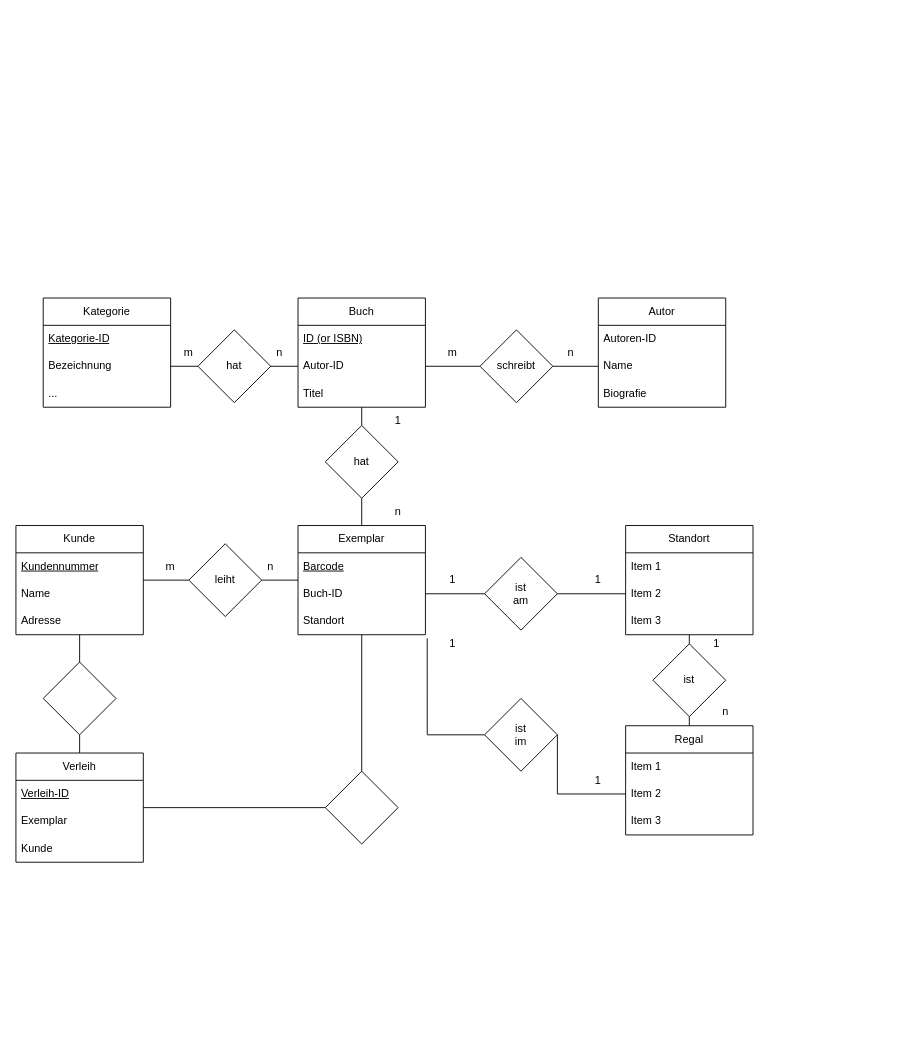
Earlier version of the draw.io diagram Bibliothek.drawio (McLutzifer/WIFI_SW-Engineering). Source tidied: cells renumbered, new cells numbered last; positions are measured from the earlier drawing's top-left corner, leaving out a move shared by most shapes. Both pictures are drawn from the tidied source at 91%, with x=0, y=0 at pixel (15, 298).
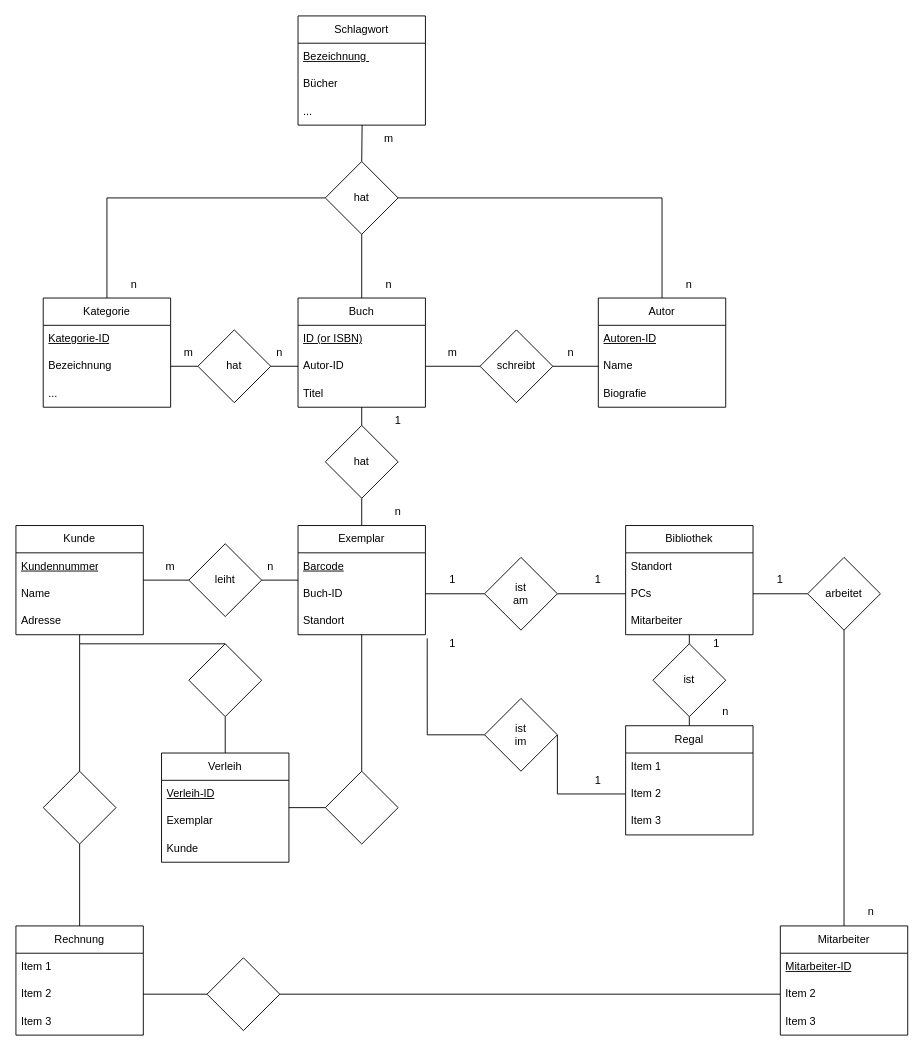
Above is the later version.

The change refers to these unchanged cells:
```xml
<mxCell id="2" value="Kunde" style="swimlane;fontStyle=0;horizontal=1;startSize=30;whiteSpace=wrap;html=1;" parent="1" vertex="1">
  <mxGeometry y="250" width="140" height="120" as="geometry" />
</mxCell>
<mxCell id="6" value="Buch" style="swimlane;fontStyle=0;horizontal=1;startSize=30;whiteSpace=wrap;html=1;" parent="1" vertex="1">
  <mxGeometry x="310" width="140" height="120" as="geometry" />
</mxCell>
<mxCell id="28" value="Kategorie" style="swimlane;fontStyle=0;horizontal=1;startSize=30;whiteSpace=wrap;html=1;" parent="1" vertex="1">
  <mxGeometry x="30" width="140" height="120" as="geometry" />
</mxCell>
<mxCell id="45" value="Autor" style="swimlane;fontStyle=0;horizontal=1;startSize=30;whiteSpace=wrap;html=1;" parent="1" vertex="1">
  <mxGeometry x="640" width="140" height="120" as="geometry" />
</mxCell>
```

Diff of the diagram source:
```diff
@@
     <mxCell id="37" value="Verleih" style="swimlane;fontStyle=0;horizontal=1;startSize=30;whiteSpace=wrap;html=1;" parent="1" vertex="1">
-      <mxGeometry y="500" width="140" height="120" as="geometry" />
+      <mxGeometry x="160" y="500" width="140" height="120" as="geometry" />
     </mxCell>
@@
-    <mxCell id="41" value="Standort" style="swimlane;fontStyle=0;horizontal=1;startSize=30;whiteSpace=wrap;html=1;" parent="1" vertex="1">
+    <mxCell id="41" value="Bibliothek" style="swimlane;fontStyle=0;horizontal=1;startSize=30;whiteSpace=wrap;html=1;" parent="1" vertex="1">
       <mxGeometry x="670" y="250" width="140" height="120" as="geometry" />
     </mxCell>
-    <mxCell id="42" value="Item 1" style="text;strokeColor=none;fillColor=none;align=left;verticalAlign=middle;spacingLeft=4;spacingRight=4;overflow=hidden;whiteSpace=wrap;html=1;" parent="41" vertex="1">
+    <mxCell id="42" value="Standort" style="text;strokeColor=none;fillColor=none;align=left;verticalAlign=middle;spacingLeft=4;spacingRight=4;overflow=hidden;whiteSpace=wrap;html=1;" parent="41" vertex="1">
       <mxGeometry y="30" width="140" height="30" as="geometry" />
     </mxCell>
-    <mxCell id="43" value="Item 2" style="text;strokeColor=none;fillColor=none;align=left;verticalAlign=middle;spacingLeft=4;spacingRight=4;overflow=hidden;points=[[0,0.5],[1,0.5]];portConstraint=eastwest;whiteSpace=wrap;html=1;" parent="41" vertex="1">
+    <mxCell id="43" value="PCs" style="text;strokeColor=none;fillColor=none;align=left;verticalAlign=middle;spacingLeft=4;spacingRight=4;overflow=hidden;points=[[0,0.5],[1,0.5]];portConstraint=eastwest;whiteSpace=wrap;html=1;" parent="41" vertex="1">
       <mxGeometry y="60" width="140" height="30" as="geometry" />
     </mxCell>
-    <mxCell id="44" value="Item 3" style="text;strokeColor=none;fillColor=none;align=left;verticalAlign=middle;spacingLeft=4;spacingRight=4;overflow=hidden;whiteSpace=wrap;html=1;" parent="41" vertex="1">
+    <mxCell id="44" value="Mitarbeiter" style="text;strokeColor=none;fillColor=none;align=left;verticalAlign=middle;spacingLeft=4;spacingRight=4;overflow=hidden;whiteSpace=wrap;html=1;" parent="41" vertex="1">
       <mxGeometry y="90" width="140" height="30" as="geometry" />
     </mxCell>
@@
-    <mxCell id="46" value="Autoren-ID" style="text;strokeColor=none;fillColor=none;align=left;verticalAlign=middle;spacingLeft=4;spacingRight=4;overflow=hidden;whiteSpace=wrap;html=1;" parent="45" vertex="1">
+    <mxCell id="46" value="&lt;u&gt;Autoren-ID&lt;/u&gt;" style="text;strokeColor=none;fillColor=none;align=left;verticalAlign=middle;spacingLeft=4;spacingRight=4;overflow=hidden;whiteSpace=wrap;html=1;" parent="45" vertex="1">
       <mxGeometry y="30" width="140" height="30" as="geometry" />
     </mxCell>
@@
     <mxCell id="50" style="rhombus;whiteSpace=wrap;html=1;" parent="1" vertex="1">
-      <mxGeometry x="30" y="400" width="80" height="80" as="geometry" />
+      <mxGeometry x="190" y="380" width="80" height="80" as="geometry" />
     </mxCell>
@@
     <mxCell id="55" style="endArrow=none;html=1;rounded=0;exitX=0.5;exitY=0;exitDx=0;exitDy=0;entryX=0.5;entryY=1;entryDx=0;entryDy=0;" parent="1" edge="1" source="50" target="2">
-      <mxGeometry relative="1" as="geometry" />
+      <mxGeometry relative="1" as="geometry">
+        <Array as="points">
+          <mxPoint x="70" y="380" />
+        </Array>
+      </mxGeometry>
     </mxCell>
@@
+    <mxCell id="75" value="Mitarbeiter" style="swimlane;fontStyle=0;horizontal=1;startSize=30;whiteSpace=wrap;html=1;" parent="1" vertex="1">
+      <mxGeometry x="840" y="690" width="140" height="120" as="geometry" />
+    </mxCell>
+    <mxCell id="76" value="&lt;u&gt;Mitarbeiter-ID&lt;/u&gt;" style="text;strokeColor=none;fillColor=none;align=left;verticalAlign=middle;spacingLeft=4;spacingRight=4;overflow=hidden;whiteSpace=wrap;html=1;" parent="75" vertex="1">
+      <mxGeometry y="30" width="140" height="30" as="geometry" />
+    </mxCell>
+    <mxCell id="77" value="Item 2" style="text;strokeColor=none;fillColor=none;align=left;verticalAlign=middle;spacingLeft=4;spacingRight=4;overflow=hidden;points=[[0,0.5],[1,0.5]];portConstraint=eastwest;whiteSpace=wrap;html=1;" parent="75" vertex="1">
+      <mxGeometry y="60" width="140" height="30" as="geometry" />
+    </mxCell>
+    <mxCell id="78" value="Item 3" style="text;strokeColor=none;fillColor=none;align=left;verticalAlign=middle;spacingLeft=4;spacingRight=4;overflow=hidden;whiteSpace=wrap;html=1;" parent="75" vertex="1">
+      <mxGeometry y="90" width="140" height="30" as="geometry" />
+    </mxCell>
+    <mxCell id="79" value="Rechnung" style="swimlane;fontStyle=0;horizontal=1;startSize=30;whiteSpace=wrap;html=1;" parent="1" vertex="1">
+      <mxGeometry y="690" width="140" height="120" as="geometry" />
+    </mxCell>
+    <mxCell id="80" value="Item 1" style="text;strokeColor=none;fillColor=none;align=left;verticalAlign=middle;spacingLeft=4;spacingRight=4;overflow=hidden;whiteSpace=wrap;html=1;" parent="79" vertex="1">
+      <mxGeometry y="30" width="140" height="30" as="geometry" />
+    </mxCell>
+    <mxCell id="81" value="Item 2" style="text;strokeColor=none;fillColor=none;align=left;verticalAlign=middle;spacingLeft=4;spacingRight=4;overflow=hidden;points=[[0,0.5],[1,0.5]];portConstraint=eastwest;whiteSpace=wrap;html=1;" parent="79" vertex="1">
+      <mxGeometry y="60" width="140" height="30" as="geometry" />
+    </mxCell>
+    <mxCell id="82" value="Item 3" style="text;strokeColor=none;fillColor=none;align=left;verticalAlign=middle;spacingLeft=4;spacingRight=4;overflow=hidden;whiteSpace=wrap;html=1;" parent="79" vertex="1">
+      <mxGeometry y="90" width="140" height="30" as="geometry" />
+    </mxCell>
+    <mxCell id="83" style="rhombus;whiteSpace=wrap;html=1;" parent="1" vertex="1">
+      <mxGeometry x="30" y="520" width="80" height="80" as="geometry" />
+    </mxCell>
+    <mxCell id="84" style="rhombus;whiteSpace=wrap;html=1;" parent="1" vertex="1">
+      <mxGeometry x="210" y="725" width="80" height="80" as="geometry" />
+    </mxCell>
+    <mxCell id="85" value="arbeitet" style="rhombus;whiteSpace=wrap;html=1;" parent="1" vertex="1">
+      <mxGeometry x="870" y="285" width="80" height="80" as="geometry" />
+    </mxCell>
+    <mxCell id="86" style="endArrow=none;html=1;rounded=0;entryX=0.5;entryY=1;entryDx=0;entryDy=0;exitX=0.5;exitY=0;exitDx=0;exitDy=0;" parent="1" edge="1" source="75" target="85">
+      <mxGeometry relative="1" as="geometry" />
+    </mxCell>
+    <mxCell id="87" style="endArrow=none;html=1;rounded=0;entryX=0;entryY=0.5;entryDx=0;entryDy=0;exitX=1;exitY=0.5;exitDx=0;exitDy=0;" parent="1" edge="1" source="43" target="85">
+      <mxGeometry relative="1" as="geometry" />
+    </mxCell>
+    <mxCell id="88" style="endArrow=none;html=1;rounded=0;exitX=1;exitY=0.5;exitDx=0;exitDy=0;entryX=0;entryY=0.5;entryDx=0;entryDy=0;" parent="1" edge="1" source="84" target="77">
+      <mxGeometry relative="1" as="geometry" />
+    </mxCell>
+    <mxCell id="89" style="endArrow=none;html=1;rounded=0;entryX=0;entryY=0.5;entryDx=0;entryDy=0;exitX=1;exitY=0.5;exitDx=0;exitDy=0;" parent="1" edge="1" source="81" target="84">
+      <mxGeometry relative="1" as="geometry" />
+    </mxCell>
+    <mxCell id="90" style="endArrow=none;html=1;rounded=0;entryX=0.5;entryY=1;entryDx=0;entryDy=0;exitX=0.5;exitY=0;exitDx=0;exitDy=0;" parent="1" edge="1" source="79" target="83">
+      <mxGeometry relative="1" as="geometry" />
+    </mxCell>
+    <mxCell id="91" style="endArrow=none;html=1;rounded=0;exitX=0.5;exitY=0;exitDx=0;exitDy=0;" parent="1" edge="1" source="83">
+      <mxGeometry relative="1" as="geometry">
+        <mxPoint x="70" y="380" as="targetPoint" />
+      </mxGeometry>
+    </mxCell>
+    <mxCell id="92" value="hat" style="rhombus;whiteSpace=wrap;html=1;" parent="1" vertex="1">
+      <mxGeometry x="340" y="-150" width="80" height="80" as="geometry" />
+    </mxCell>
+    <mxCell id="93" value="Schlagwort" style="swimlane;fontStyle=0;horizontal=1;startSize=30;whiteSpace=wrap;html=1;" parent="1" vertex="1">
+      <mxGeometry x="310" y="-310" width="140" height="120" as="geometry" />
+    </mxCell>
+    <mxCell id="94" value="&lt;u&gt;Bezeichnung&lt;span style=&quot;white-space: pre;&quot;&gt; &lt;/span&gt;&lt;/u&gt;" style="text;strokeColor=none;fillColor=none;align=left;verticalAlign=middle;spacingLeft=4;spacingRight=4;overflow=hidden;whiteSpace=wrap;html=1;" parent="93" vertex="1">
+      <mxGeometry y="30" width="140" height="30" as="geometry" />
+    </mxCell>
+    <mxCell id="95" value="Bücher" style="text;strokeColor=none;fillColor=none;align=left;verticalAlign=middle;spacingLeft=4;spacingRight=4;overflow=hidden;whiteSpace=wrap;html=1;" parent="93" vertex="1">
+      <mxGeometry y="60" width="140" height="30" as="geometry" />
+    </mxCell>
+    <mxCell id="96" value="..." style="text;strokeColor=none;fillColor=none;align=left;verticalAlign=middle;spacingLeft=4;spacingRight=4;overflow=hidden;points=[[0,0.5],[1,0.5]];portConstraint=eastwest;whiteSpace=wrap;html=1;" parent="93" vertex="1">
+      <mxGeometry y="90" width="140" height="30" as="geometry" />
+    </mxCell>
+    <mxCell id="97" style="endArrow=none;html=1;rounded=0;entryX=0.503;entryY=0.994;entryDx=0;entryDy=0;entryPerimeter=0;exitX=0.5;exitY=0;exitDx=0;exitDy=0;" parent="1" edge="1" source="92" target="96">
+      <mxGeometry relative="1" as="geometry" />
+    </mxCell>
+    <mxCell id="98" style="endArrow=none;html=1;rounded=0;entryX=0.5;entryY=1;entryDx=0;entryDy=0;exitX=0.5;exitY=0;exitDx=0;exitDy=0;" parent="1" edge="1" source="6" target="92">
+      <mxGeometry relative="1" as="geometry" />
+    </mxCell>
+    <mxCell id="99" style="endArrow=none;html=1;rounded=0;entryX=0;entryY=0.5;entryDx=0;entryDy=0;exitX=0.5;exitY=0;exitDx=0;exitDy=0;" parent="1" edge="1" source="28" target="92">
+      <mxGeometry relative="1" as="geometry">
+        <Array as="points">
+          <mxPoint x="100" y="-110" />
+        </Array>
+      </mxGeometry>
+    </mxCell>
+    <mxCell id="100" style="endArrow=none;html=1;rounded=0;entryX=1;entryY=0.5;entryDx=0;entryDy=0;exitX=0.5;exitY=0;exitDx=0;exitDy=0;" parent="1" edge="1" source="45" target="92">
+      <mxGeometry relative="1" as="geometry">
+        <Array as="points">
+          <mxPoint x="710" y="-110" />
+        </Array>
+      </mxGeometry>
+    </mxCell>
+    <mxCell id="101" value="m" style="text;html=1;strokeColor=none;fillColor=none;align=center;verticalAlign=middle;whiteSpace=wrap;rounded=0;" parent="1" vertex="1">
+      <mxGeometry x="380" y="-190" width="60" height="30" as="geometry" />
+    </mxCell>
+    <mxCell id="102" value="n" style="text;html=1;strokeColor=none;fillColor=none;align=center;verticalAlign=middle;whiteSpace=wrap;rounded=0;" parent="1" vertex="1">
+      <mxGeometry x="380" y="-30" width="60" height="30" as="geometry" />
+    </mxCell>
+    <mxCell id="103" value="n" style="text;html=1;strokeColor=none;fillColor=none;align=center;verticalAlign=middle;whiteSpace=wrap;rounded=0;" parent="1" vertex="1">
+      <mxGeometry x="100" y="-30" width="60" height="30" as="geometry" />
+    </mxCell>
+    <mxCell id="104" value="n" style="text;html=1;strokeColor=none;fillColor=none;align=center;verticalAlign=middle;whiteSpace=wrap;rounded=0;" parent="1" vertex="1">
+      <mxGeometry x="710" y="-30" width="60" height="30" as="geometry" />
+    </mxCell>
+    <mxCell id="105" value="1" style="text;html=1;strokeColor=none;fillColor=none;align=center;verticalAlign=middle;whiteSpace=wrap;rounded=0;" parent="1" vertex="1">
+      <mxGeometry x="810" y="295" width="60" height="30" as="geometry" />
+    </mxCell>
+    <mxCell id="106" value="n" style="text;html=1;strokeColor=none;fillColor=none;align=center;verticalAlign=middle;whiteSpace=wrap;rounded=0;" parent="1" vertex="1">
+      <mxGeometry x="910" y="660" width="60" height="30" as="geometry" />
+    </mxCell>
```
